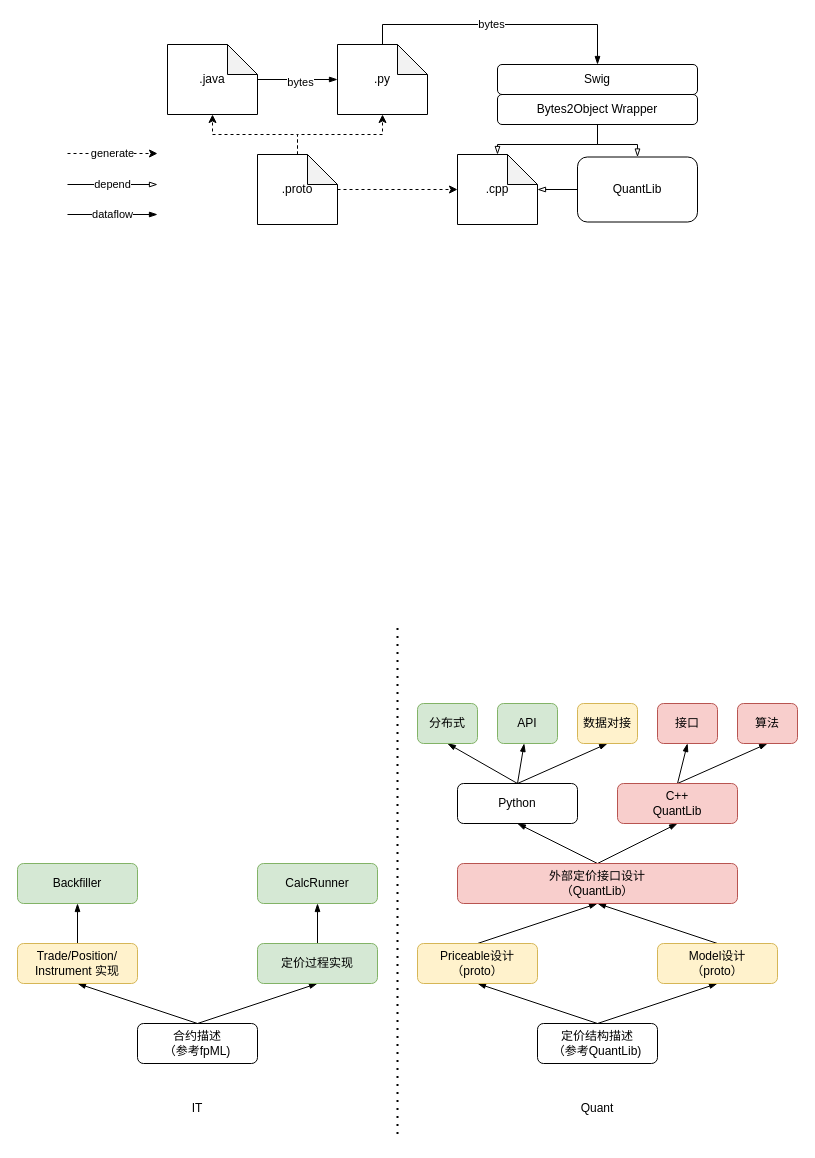
The draw.io diagram page "Page-12" (12 of 12) of quant-dev-platform.drawio in blshao84/VaRReportingSys, before the edit. Source tidied: cells renumbered, new cells numbered last; positions are measured from the earlier drawing's top-left corner, leaving out a move shared by most shapes. Both pictures are drawn from the tidied source at 100%, with x=0, y=0 at pixel (17, 44).
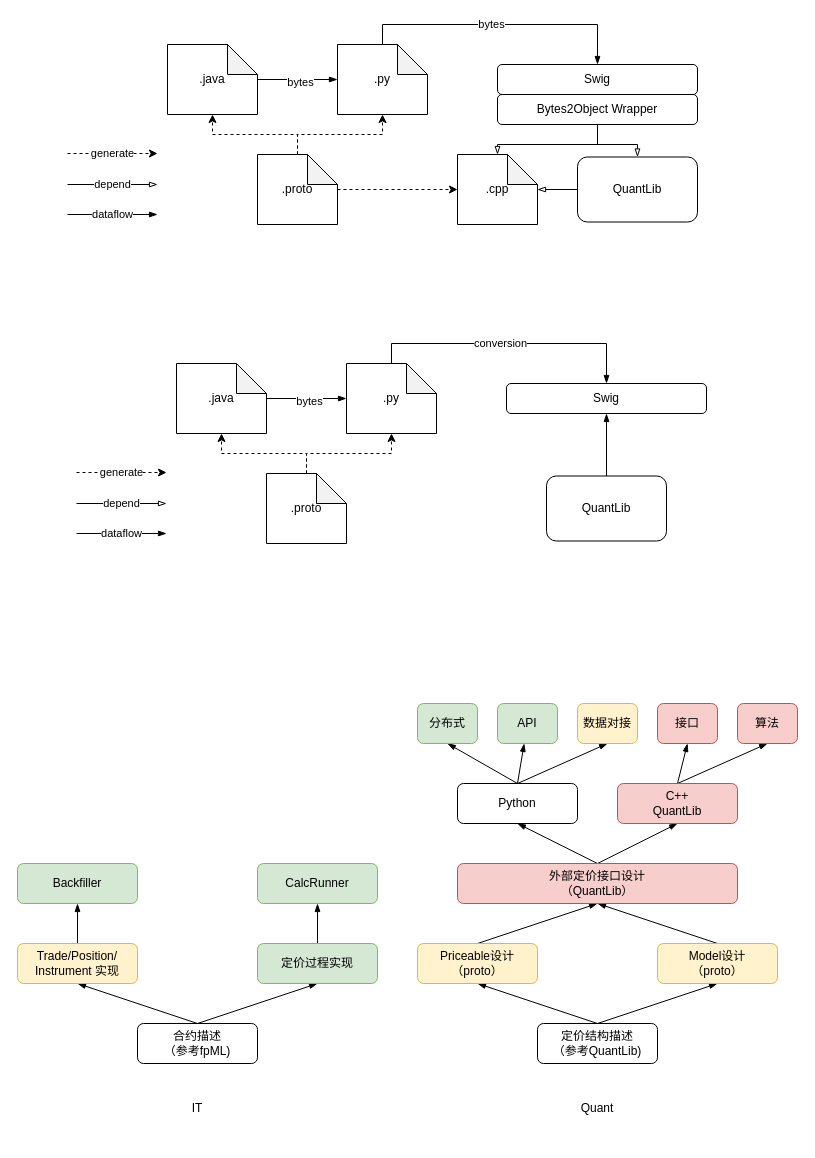
The same diagram, later.

What changed in the source:
```diff
@@
-    <mxCell id="54" style="endArrow=none;dashed=1;html=1;dashPattern=1 3;strokeWidth=2;rounded=0;" parent="1" edge="1">
-      <mxGeometry relative="1" as="geometry">
-        <mxPoint x="380" y="583.6" as="sourcePoint" />
-        <mxPoint x="380" y="1094.4" as="targetPoint" />
-      </mxGeometry>
-    </mxCell>
@@
+    <mxCell id="57" value=".proto" style="shape=note;whiteSpace=wrap;html=1;backgroundOutline=1;darkOpacity=0.05;" parent="1" vertex="1">
+      <mxGeometry x="249" y="429" width="80" height="70" as="geometry" />
+    </mxCell>
+    <mxCell id="58" value=".java" style="shape=note;whiteSpace=wrap;html=1;backgroundOutline=1;darkOpacity=0.05;" parent="1" vertex="1">
+      <mxGeometry x="159" y="319" width="90" height="70" as="geometry" />
+    </mxCell>
+    <mxCell id="59" style="edgeStyle=orthogonalEdgeStyle;rounded=0;jettySize=auto;html=1;entryX=0.5;entryY=1;entryDx=0;entryDy=0;entryPerimeter=0;dashed=1;" parent="1" edge="1" source="57" target="58">
+      <mxGeometry x="99" y="380" as="geometry" />
+    </mxCell>
+    <mxCell id="60" value=".py" style="shape=note;whiteSpace=wrap;html=1;backgroundOutline=1;darkOpacity=0.05;" parent="1" vertex="1">
+      <mxGeometry x="329" y="319" width="90" height="70" as="geometry" />
+    </mxCell>
+    <mxCell id="61" style="edgeStyle=orthogonalEdgeStyle;rounded=0;jettySize=auto;html=1;entryX=0.5;entryY=1;entryDx=0;entryDy=0;entryPerimeter=0;dashed=1;" parent="1" edge="1" source="57" target="60">
+      <mxGeometry x="99" y="380" as="geometry" />
+    </mxCell>
+    <mxCell id="62" style="edgeStyle=orthogonalEdgeStyle;rounded=0;jettySize=auto;html=1;entryX=0;entryY=0.5;entryDx=0;entryDy=0;entryPerimeter=0;endArrow=blockThin;endFill=1;" parent="1" edge="1" source="58" target="60">
+      <mxGeometry x="99" y="380" as="geometry" />
+    </mxCell>
+    <mxCell id="63" value="bytes" style="edgeLabel;html=1;align=center;verticalAlign=middle;" parent="62" vertex="1">
+      <mxGeometry x="0.05" y="-2" relative="1" as="geometry" />
+    </mxCell>
+    <mxCell id="64" style="edgeStyle=none;rounded=0;jettySize=auto;html=1;entryX=0.5;entryY=1;entryDx=0;entryDy=0;endArrow=blockThin;endFill=1;" parent="1" edge="1" source="65" target="66">
+      <mxGeometry relative="1" as="geometry" />
+    </mxCell>
+    <mxCell id="65" value="QuantLib" style="rounded=1;whiteSpace=wrap;html=1;" parent="1" vertex="1">
+      <mxGeometry x="529" y="431.5" width="120" height="65" as="geometry" />
+    </mxCell>
+    <mxCell id="66" value="Swig" style="rounded=1;whiteSpace=wrap;html=1;" parent="1" vertex="1">
+      <mxGeometry x="489" y="339" width="200" height="30" as="geometry" />
+    </mxCell>
+    <mxCell id="67" style="edgeStyle=orthogonalEdgeStyle;rounded=0;jettySize=auto;html=1;entryX=0.5;entryY=0;entryDx=0;entryDy=0;endArrow=blockThin;endFill=1;exitX=0.5;exitY=0;exitDx=0;exitDy=0;exitPerimeter=0;" parent="1" edge="1" source="60" target="66">
+      <mxGeometry x="99" y="380" as="geometry" />
+    </mxCell>
+    <mxCell id="68" value="conversion" style="edgeLabel;html=1;align=center;verticalAlign=middle;" parent="67" vertex="1">
+      <mxGeometry x="-0.07" y="1" relative="1" as="geometry" />
+    </mxCell>
+    <mxCell id="69" value="generate" style="edgeStyle=orthogonalEdgeStyle;rounded=0;orthogonalLoop=1;jettySize=auto;html=1;dashed=1;" parent="1" edge="1">
+      <mxGeometry x="99" y="380" as="geometry">
+        <mxPoint x="59" y="428" as="sourcePoint" />
+        <mxPoint x="149" y="428" as="targetPoint" />
+      </mxGeometry>
+    </mxCell>
+    <mxCell id="70" value="depend" style="edgeStyle=orthogonalEdgeStyle;rounded=0;orthogonalLoop=1;jettySize=auto;html=1;endArrow=blockThin;endFill=0;" parent="1" edge="1">
+      <mxGeometry x="99" y="380" as="geometry">
+        <mxPoint x="59" y="459" as="sourcePoint" />
+        <mxPoint x="149" y="459" as="targetPoint" />
+      </mxGeometry>
+    </mxCell>
+    <mxCell id="71" value="dataflow" style="edgeStyle=orthogonalEdgeStyle;rounded=0;orthogonalLoop=1;jettySize=auto;html=1;endArrow=blockThin;endFill=1;" parent="1" edge="1">
+      <mxGeometry x="99" y="380" as="geometry">
+        <mxPoint x="59" y="489" as="sourcePoint" />
+        <mxPoint x="149" y="489" as="targetPoint" />
+      </mxGeometry>
+    </mxCell>
```
